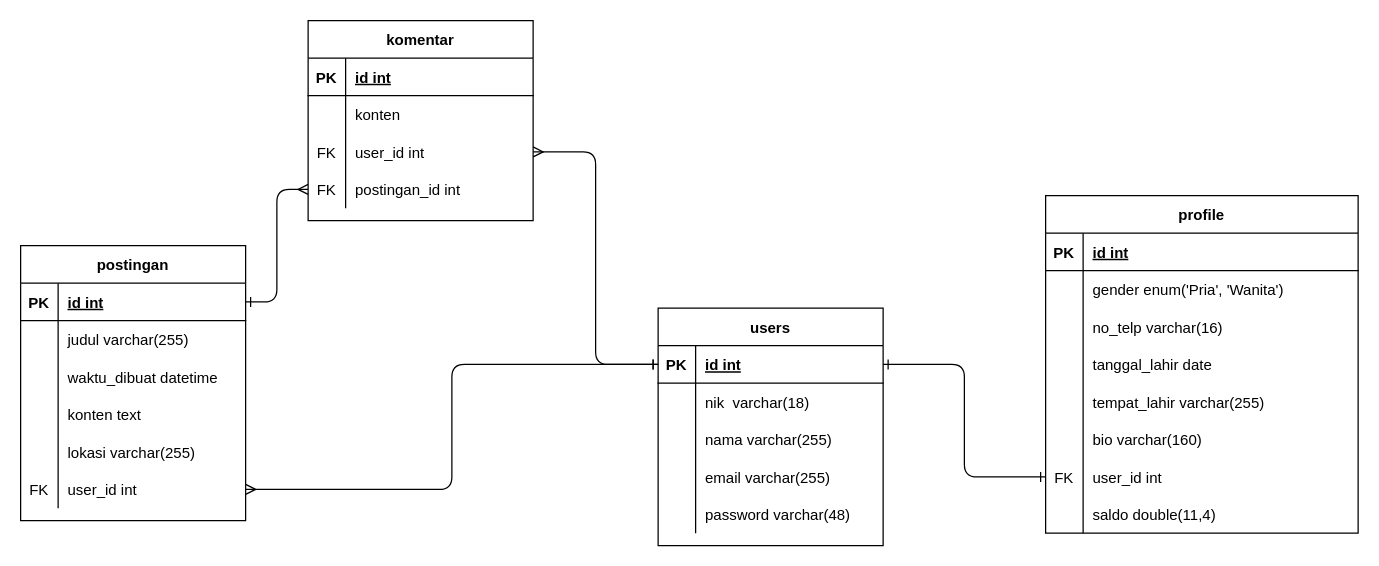
Above: tugas.drawio in refaldy04/fw9-db-intro (draw.io), before the change. Source tidied: cells renumbered, new cells numbered last; positions are measured from the earlier drawing's top-left corner, leaving out a move shared by most shapes. Both pictures are drawn from the tidied source at 125%, with x=0, y=0 at pixel (20, 20).
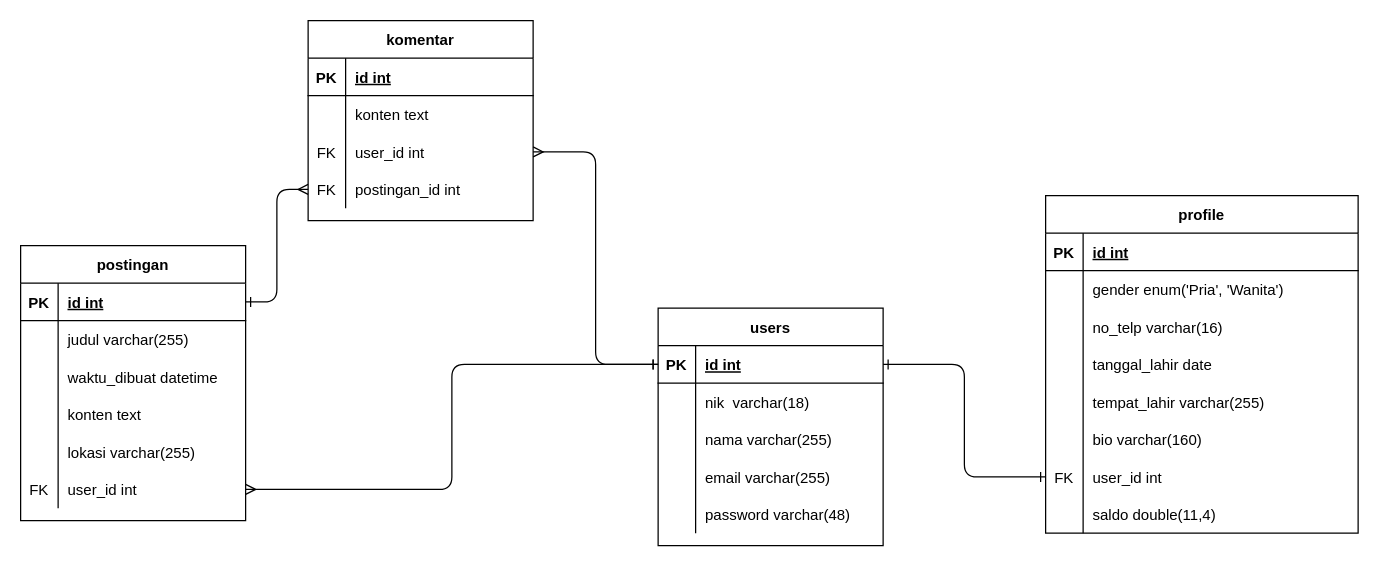
The same diagram, later.

Commit message (it also covers changes not shown here):
push tugas ke 2 dan ke 3

The change refers to these unchanged cells:
```xml
<mxCell id="68" style="shape=partialRectangle;fillColor=none;top=0;left=0;bottom=0;right=0;" parent="64" vertex="1">
  <mxGeometry y="60" width="180" height="30" as="geometry" />
</mxCell>
```

Change to the diagram source:
```diff
@@
-    <mxCell id="70" value="konten" style="shape=partialRectangle;fillColor=none;top=0;left=0;bottom=0;right=0;align=left;spacingLeft=6;overflow=hidden;" parent="68" vertex="1">
+    <mxCell id="70" value="konten text" style="shape=partialRectangle;fillColor=none;top=0;left=0;bottom=0;right=0;align=left;spacingLeft=6;overflow=hidden;" parent="68" vertex="1">
       <mxGeometry x="30" width="150" height="30" as="geometry" />
     </mxCell>
```
